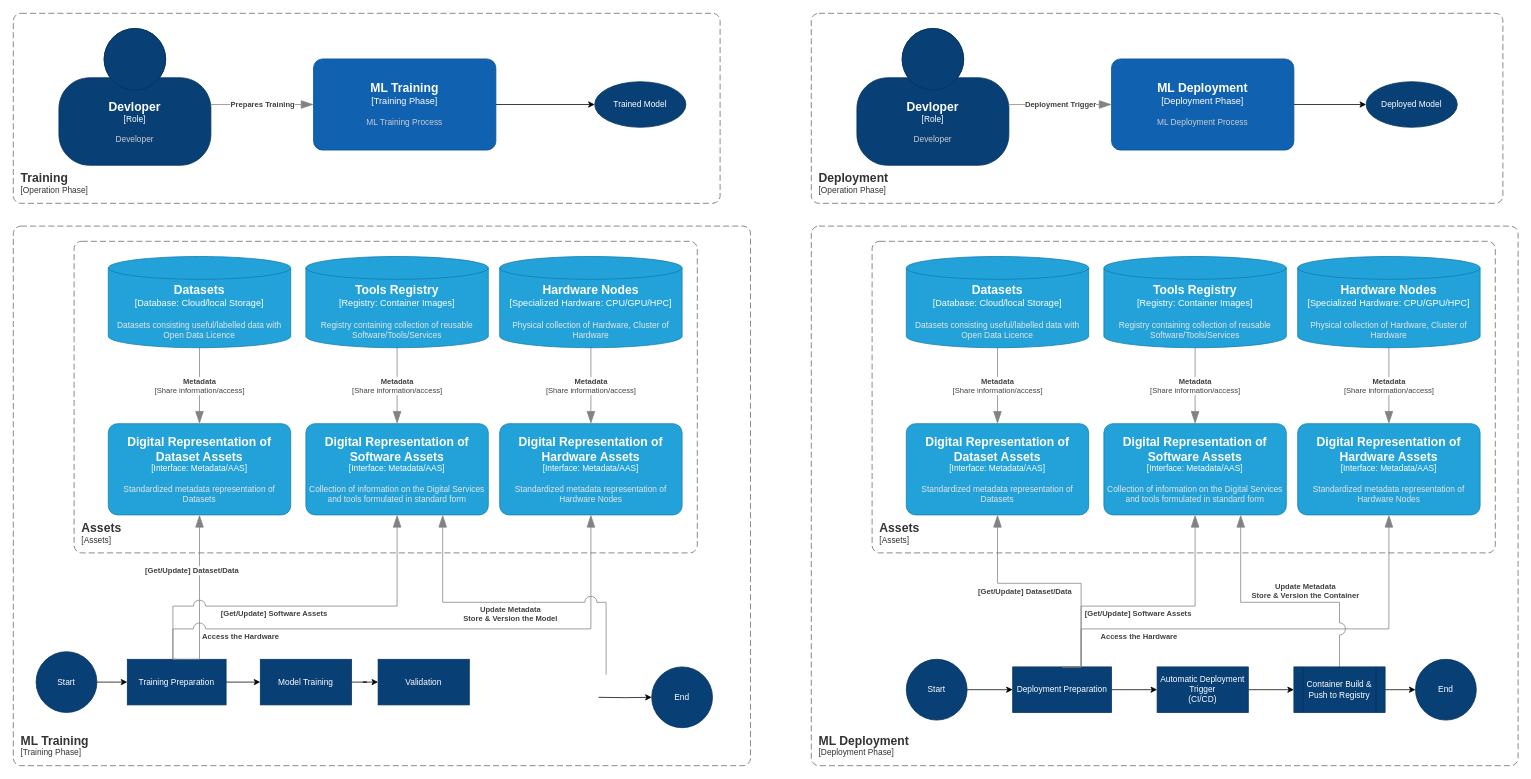
This is ML Workflow_v1.drawio from jbantony/drawio, a draw.io file, before an edit. Source tidied: cells renumbered, new cells numbered last; positions are measured from the earlier drawing's top-left corner, leaving out a move shared by most shapes. Both pictures are drawn from the tidied source at 76%, with x=0, y=0 at pixel (13, 13).
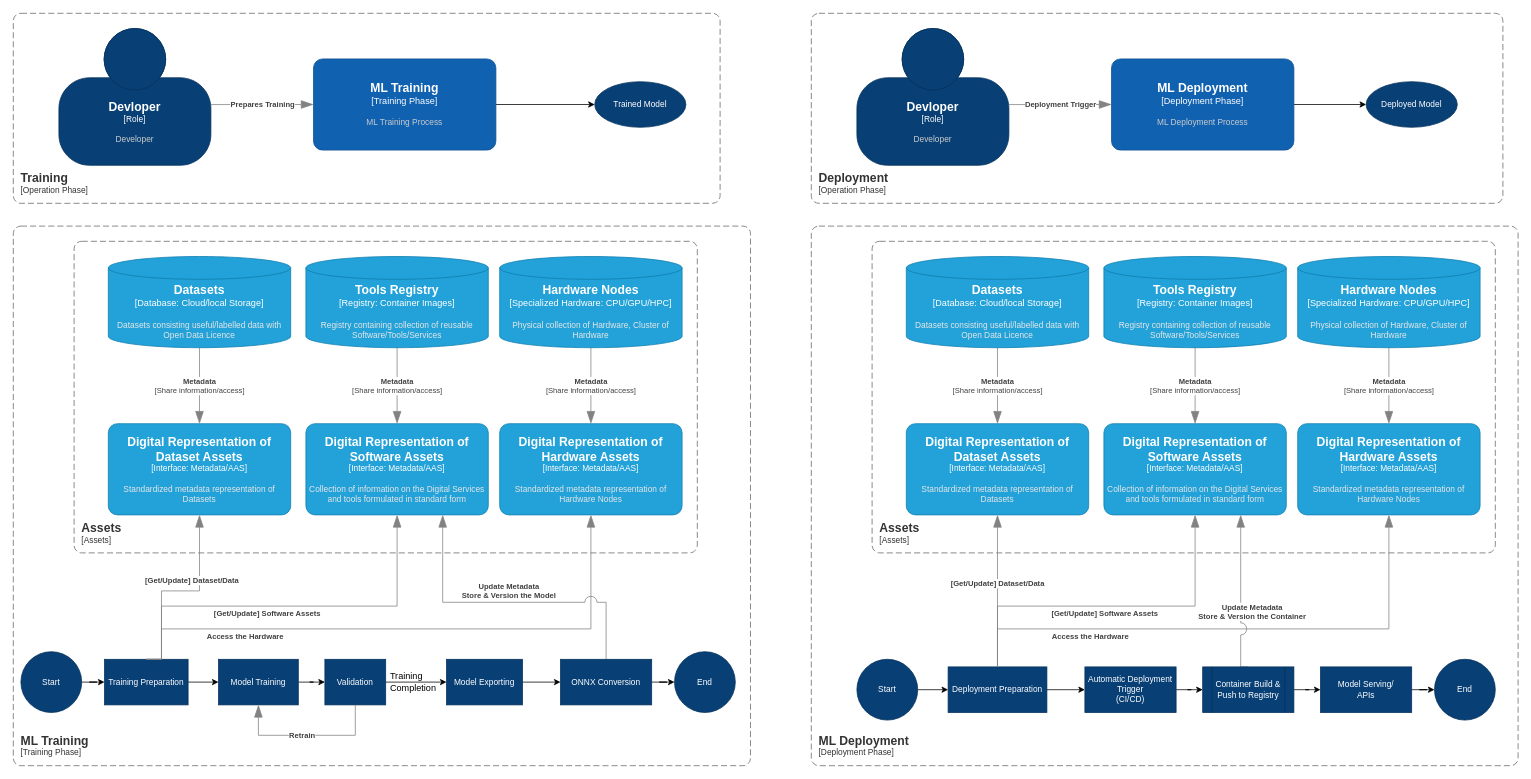
Above is the later version.

Unchanged cells that the change refers to:
```xml
<object id="3" label="&lt;font style=&quot;font-size: 16px&quot;&gt;&lt;b&gt;%c4Name%&lt;/b&gt;&lt;/font&gt;&lt;div&gt;[%c4Type%: %c4Technology%]&lt;/div&gt;&lt;br&gt;&lt;div&gt;&lt;font style=&quot;font-size: 11px&quot;&gt;&lt;font color=&quot;#E6E6E6&quot;&gt;%c4Description%&lt;/font&gt;&lt;/div&gt;" c4Description="Standardized metadata representation of Datasets" c4Name="Digital Representation of Dataset Assets" c4Technology="Metadata/AAS" c4Type="Interface" placeholders="1">
  <mxCell style="rounded=1;whiteSpace=wrap;html=1;fontSize=11;labelBackgroundColor=none;fillColor=#23A2D9;fontColor=#ffffff;align=center;arcSize=10;strokeColor=#0E7DAD;points=[[0.25,0,0],[0.5,0,0],[0.75,0,0],[1,0.25,0],[1,0.5,0],[1,0.75,0],[0.75,1,0],[0.5,1,0],[0.25,1,0],[0,0.75,0],[0,0.5,0],[0,0.25,0]];" parent="1" vertex="1">
    <mxGeometry x="125" y="540" width="240" height="120" as="geometry" />
  </mxCell>
</object>
<object id="5" label="&lt;font style=&quot;font-size: 16px&quot;&gt;&lt;b&gt;%c4Name%&lt;/b&gt;&lt;/font&gt;&lt;div&gt;[%c4Type%: %c4Technology%]&lt;/div&gt;&lt;br&gt;&lt;div&gt;&lt;font style=&quot;font-size: 11px&quot;&gt;&lt;font color=&quot;#E6E6E6&quot;&gt;%c4Description%&lt;/font&gt;&lt;/div&gt;" c4Description="Collection of information on the Digital Services and tools formulated in standard form" c4Name="Digital Representation of Software Assets" c4Technology="Metadata/AAS" c4Type="Interface" placeholders="1">
  <mxCell style="rounded=1;whiteSpace=wrap;html=1;fontSize=11;labelBackgroundColor=none;fillColor=#23A2D9;fontColor=#ffffff;align=center;arcSize=10;strokeColor=#0E7DAD;points=[[0.25,0,0],[0.5,0,0],[0.75,0,0],[1,0.25,0],[1,0.5,0],[1,0.75,0],[0.75,1,0],[0.5,1,0],[0.25,1,0],[0,0.75,0],[0,0.5,0],[0,0.25,0]];" parent="1" vertex="1">
    <mxGeometry x="385" y="540" width="240" height="120" as="geometry" />
  </mxCell>
</object>
<object id="7" label="&lt;font style=&quot;font-size: 16px&quot;&gt;&lt;b&gt;%c4Name%&lt;/b&gt;&lt;/font&gt;&lt;div&gt;[%c4Type%: %c4Technology%]&lt;/div&gt;&lt;br&gt;&lt;div&gt;&lt;font style=&quot;font-size: 11px&quot;&gt;&lt;font color=&quot;#E6E6E6&quot;&gt;%c4Description%&lt;/font&gt;&lt;/div&gt;" c4Description="Standardized metadata representation of Hardware Nodes" c4Name="Digital Representation of Hardware Assets" c4Technology="Metadata/AAS" c4Type="Interface" placeholders="1">
  <mxCell style="rounded=1;whiteSpace=wrap;html=1;fontSize=11;labelBackgroundColor=none;fillColor=#23A2D9;fontColor=#ffffff;align=center;arcSize=10;strokeColor=#0E7DAD;points=[[0.25,0,0],[0.5,0,0],[0.75,0,0],[1,0.25,0],[1,0.5,0],[1,0.75,0],[0.75,1,0],[0.5,1,0],[0.25,1,0],[0,0.75,0],[0,0.5,0],[0,0.25,0]];" parent="1" vertex="1">
    <mxGeometry x="640" y="540" width="240" height="120" as="geometry" />
  </mxCell>
</object>
<object id="36" label="&lt;font style=&quot;font-size: 16px&quot;&gt;&lt;b&gt;%c4Name%&lt;/b&gt;&lt;/font&gt;&lt;div&gt;[%c4Type%: %c4Technology%]&lt;/div&gt;&lt;br&gt;&lt;div&gt;&lt;font style=&quot;font-size: 11px&quot;&gt;&lt;font color=&quot;#E6E6E6&quot;&gt;%c4Description%&lt;/font&gt;&lt;/div&gt;" c4Description="Standardized metadata representation of Datasets" c4Name="Digital Representation of Dataset Assets" c4Technology="Metadata/AAS" c4Type="Interface" placeholders="1">
  <mxCell style="rounded=1;whiteSpace=wrap;html=1;fontSize=11;labelBackgroundColor=none;fillColor=#23A2D9;fontColor=#ffffff;align=center;arcSize=10;strokeColor=#0E7DAD;points=[[0.25,0,0],[0.5,0,0],[0.75,0,0],[1,0.25,0],[1,0.5,0],[1,0.75,0],[0.75,1,0],[0.5,1,0],[0.25,1,0],[0,0.75,0],[0,0.5,0],[0,0.25,0]];" parent="1" vertex="1">
    <mxGeometry x="1175" y="540" width="240" height="120" as="geometry" />
  </mxCell>
</object>
<object id="38" label="&lt;font style=&quot;font-size: 16px&quot;&gt;&lt;b&gt;%c4Name%&lt;/b&gt;&lt;/font&gt;&lt;div&gt;[%c4Type%: %c4Technology%]&lt;/div&gt;&lt;br&gt;&lt;div&gt;&lt;font style=&quot;font-size: 11px&quot;&gt;&lt;font color=&quot;#E6E6E6&quot;&gt;%c4Description%&lt;/font&gt;&lt;/div&gt;" c4Description="Collection of information on the Digital Services and tools formulated in standard form" c4Name="Digital Representation of Software Assets" c4Technology="Metadata/AAS" c4Type="Interface" placeholders="1">
  <mxCell style="rounded=1;whiteSpace=wrap;html=1;fontSize=11;labelBackgroundColor=none;fillColor=#23A2D9;fontColor=#ffffff;align=center;arcSize=10;strokeColor=#0E7DAD;points=[[0.25,0,0],[0.5,0,0],[0.75,0,0],[1,0.25,0],[1,0.5,0],[1,0.75,0],[0.75,1,0],[0.5,1,0],[0.25,1,0],[0,0.75,0],[0,0.5,0],[0,0.25,0]];" parent="1" vertex="1">
    <mxGeometry x="1435" y="540" width="240" height="120" as="geometry" />
  </mxCell>
</object>
<object id="40" label="&lt;font style=&quot;font-size: 16px&quot;&gt;&lt;b&gt;%c4Name%&lt;/b&gt;&lt;/font&gt;&lt;div&gt;[%c4Type%: %c4Technology%]&lt;/div&gt;&lt;br&gt;&lt;div&gt;&lt;font style=&quot;font-size: 11px&quot;&gt;&lt;font color=&quot;#E6E6E6&quot;&gt;%c4Description%&lt;/font&gt;&lt;/div&gt;" c4Description="Standardized metadata representation of Hardware Nodes" c4Name="Digital Representation of Hardware Assets" c4Technology="Metadata/AAS" c4Type="Interface" placeholders="1">
  <mxCell style="rounded=1;whiteSpace=wrap;html=1;fontSize=11;labelBackgroundColor=none;fillColor=#23A2D9;fontColor=#ffffff;align=center;arcSize=10;strokeColor=#0E7DAD;points=[[0.25,0,0],[0.5,0,0],[0.75,0,0],[1,0.25,0],[1,0.5,0],[1,0.75,0],[0.75,1,0],[0.5,1,0],[0.25,1,0],[0,0.75,0],[0,0.5,0],[0,0.25,0]];" parent="1" vertex="1">
    <mxGeometry x="1690" y="540" width="240" height="120" as="geometry" />
  </mxCell>
</object>
```

What changed in the source:
```diff
@@
     <mxCell id="11" value="Training Preparation" style="whiteSpace=wrap;html=1;fontSize=11;fillColor=#083F75;strokeColor=#06315C;fontColor=#ffffff;dashed=0;" parent="1" vertex="1">
-      <mxGeometry x="150" y="850" width="130" height="60" as="geometry" />
+      <mxGeometry x="120" y="850" width="110" height="60" as="geometry" />
     </mxCell>
     <object id="12" label="&lt;div style=&quot;text-align: left&quot;&gt;&lt;div style=&quot;text-align: center&quot;&gt;&lt;b&gt;%c4Description%&lt;/b&gt;&lt;/div&gt;" c4Description="[Get/Update] Dataset/Data" placeholders="1">
       <mxCell style="endArrow=blockThin;html=1;fontSize=10;fontColor=#404040;strokeWidth=1;endFill=1;strokeColor=#828282;elbow=vertical;endSize=14;startSize=14;jumpStyle=arc;jumpSize=16;rounded=0;edgeStyle=orthogonalEdgeStyle;entryX=0.5;entryY=1;entryDx=0;entryDy=0;entryPerimeter=0;exitX=0.5;exitY=0;exitDx=0;exitDy=0;" parent="1" edge="1" source="11" target="3">
         <mxGeometry x="0.34" y="10" relative="1" as="geometry">
           <Array as="points">
-            <mxPoint x="245" y="850" />
+            <mxPoint x="195" y="760" />
+            <mxPoint x="245" y="760" />
           </Array>
         </mxGeometry>
       </mxCell>
     </object>
@@
     <mxCell id="14" value="Model Training" style="whiteSpace=wrap;html=1;fontSize=11;fillColor=#083F75;strokeColor=#06315C;fontColor=#ffffff;dashed=0;" parent="1" vertex="1">
-      <mxGeometry x="325" y="850" width="120" height="60" as="geometry" />
+      <mxGeometry x="270" y="850" width="105" height="60" as="geometry" />
     </mxCell>
     <object id="15" label="&lt;div style=&quot;text-align: left&quot;&gt;&lt;div style=&quot;text-align: center&quot;&gt;&lt;b&gt;%c4Description%&lt;/b&gt;&lt;/div&gt;" c4Description="[Get/Update] Software Assets" placeholders="1">
       <mxCell style="endArrow=blockThin;html=1;fontSize=10;fontColor=#404040;strokeWidth=1;endFill=1;strokeColor=#828282;elbow=vertical;endSize=14;startSize=14;jumpStyle=arc;jumpSize=16;rounded=0;edgeStyle=orthogonalEdgeStyle;entryX=0.5;entryY=1;entryDx=0;entryDy=0;entryPerimeter=0;exitX=0.5;exitY=0;exitDx=0;exitDy=0;" parent="1" edge="1" source="11" target="5">
-        <mxGeometry x="-0.15" y="-10" relative="1" as="geometry">
+        <mxGeometry x="-0.12" y="-10" relative="1" as="geometry">
           <Array as="points">
-            <mxPoint x="210" y="850" />
-            <mxPoint x="210" y="780" />
+            <mxPoint x="195" y="780" />
             <mxPoint x="505" y="780" />
           </Array>
         </mxGeometry>
       </mxCell>
     </object>
     <object id="16" label="&lt;div style=&quot;text-align: left&quot;&gt;&lt;div style=&quot;text-align: center&quot;&gt;&lt;b&gt;%c4Description%&lt;/b&gt;&lt;/div&gt;" c4Description="Access the Hardware" placeholders="1">
       <mxCell style="endArrow=blockThin;html=1;fontSize=10;fontColor=#404040;strokeWidth=1;endFill=1;strokeColor=#828282;elbow=vertical;endSize=14;startSize=14;jumpStyle=arc;jumpSize=16;rounded=0;edgeStyle=orthogonalEdgeStyle;entryX=0.5;entryY=1;entryDx=0;entryDy=0;entryPerimeter=0;exitX=0.5;exitY=0;exitDx=0;exitDy=0;" parent="1" edge="1" source="11" target="7">
-        <mxGeometry x="-0.64" y="-10" relative="1" as="geometry">
+        <mxGeometry x="-0.56" y="-10" relative="1" as="geometry">
           <Array as="points">
-            <mxPoint x="210" y="850" />
-            <mxPoint x="210" y="810" />
+            <mxPoint x="195" y="810" />
             <mxPoint x="760" y="810" />
           </Array>
         </mxGeometry>
       </mxCell>
     </object>
-    <mxCell id="17" style="edgeStyle=orthogonalEdgeStyle;rounded=0;jettySize=auto;html=1;" parent="1" edge="1" target="58">
-      <mxGeometry relative="1" as="geometry">
-        <mxPoint x="770" y="900" as="sourcePoint" />
-      </mxGeometry>
-    </mxCell>
     <object id="18" label="&lt;div style=&quot;text-align: left&quot;&gt;&lt;div style=&quot;text-align: center&quot;&gt;&lt;b&gt;%c4Description%&lt;/b&gt;&lt;/div&gt;" c4Description="Update Metadata&#10;Store &amp; Version the Model" placeholders="1">
-      <mxCell style="endArrow=blockThin;html=1;fontSize=10;fontColor=#404040;strokeWidth=1;endFill=1;strokeColor=#828282;elbow=vertical;endSize=14;startSize=14;jumpStyle=arc;jumpSize=16;rounded=0;edgeStyle=orthogonalEdgeStyle;entryX=0.75;entryY=1;entryDx=0;entryDy=0;entryPerimeter=0;" parent="1" edge="1" target="5">
-        <mxGeometry x="0.04" y="15" relative="1" as="geometry">
-          <mxPoint x="780" y="870" as="sourcePoint" />
+      <mxCell style="endArrow=blockThin;html=1;fontSize=10;fontColor=#404040;strokeWidth=1;endFill=1;strokeColor=#828282;elbow=vertical;endSize=14;startSize=14;jumpStyle=arc;jumpSize=16;rounded=0;edgeStyle=orthogonalEdgeStyle;entryX=0.75;entryY=1;entryDx=0;entryDy=0;entryPerimeter=0;exitX=0.5;exitY=0;exitDx=0;exitDy=0;" parent="1" edge="1" source="66" target="5">
+        <mxGeometry y="-15" relative="1" as="geometry">
           <Array as="points">
             <mxPoint x="780" y="775" />
             <mxPoint x="565" y="775" />
           </Array>
         </mxGeometry>
       </mxCell>
     </object>
@@
     <mxCell id="44" value="Deployment Preparation" style="whiteSpace=wrap;html=1;fontSize=11;fillColor=#083F75;strokeColor=#06315C;fontColor=#ffffff;dashed=0;" parent="1" vertex="1">
-      <mxGeometry x="1315" y="860" width="130" height="60" as="geometry" />
+      <mxGeometry x="1230" y="860" width="130" height="60" as="geometry" />
     </mxCell>
     <object id="45" label="&lt;div style=&quot;text-align: left&quot;&gt;&lt;div style=&quot;text-align: center&quot;&gt;&lt;b&gt;%c4Description%&lt;/b&gt;&lt;/div&gt;" c4Description="[Get/Update] Dataset/Data" placeholders="1">
       <mxCell style="endArrow=blockThin;html=1;fontSize=10;fontColor=#404040;strokeWidth=1;endFill=1;strokeColor=#828282;elbow=vertical;endSize=14;startSize=14;jumpStyle=arc;jumpSize=16;rounded=0;edgeStyle=orthogonalEdgeStyle;entryX=0.5;entryY=1;entryDx=0;entryDy=0;entryPerimeter=0;exitX=0.5;exitY=0;exitDx=0;exitDy=0;" parent="1" edge="1" source="44" target="36">
-        <mxGeometry x="0.25" y="10" relative="1" as="geometry">
+        <mxGeometry x="0.1" relative="1" as="geometry">
           <Array as="points">
-            <mxPoint x="1405" y="750" />
-            <mxPoint x="1295" y="750" />
+            <mxPoint x="1295" y="800" />
+            <mxPoint x="1295" y="800" />
           </Array>
         </mxGeometry>
       </mxCell>
     </object>
     <object id="46" label="&lt;div style=&quot;text-align: left&quot;&gt;&lt;div style=&quot;text-align: center&quot;&gt;&lt;b&gt;%c4Description%&lt;/b&gt;&lt;/div&gt;" c4Description="[Get/Update] Software Assets" placeholders="1">
       <mxCell style="endArrow=blockThin;html=1;fontSize=10;fontColor=#404040;strokeWidth=1;endFill=1;strokeColor=#828282;elbow=vertical;endSize=14;startSize=14;jumpStyle=arc;jumpSize=16;rounded=0;edgeStyle=orthogonalEdgeStyle;entryX=0.5;entryY=1;entryDx=0;entryDy=0;entryPerimeter=0;exitX=0.5;exitY=0;exitDx=0;exitDy=0;" parent="1" edge="1" source="44" target="38">
         <mxGeometry x="-0.04" y="-10" relative="1" as="geometry">
           <Array as="points">
-            <mxPoint x="1405" y="780" />
+            <mxPoint x="1295" y="780" />
             <mxPoint x="1555" y="780" />
           </Array>
         </mxGeometry>
       </mxCell>
     </object>
     <object id="47" label="&lt;div style=&quot;text-align: left&quot;&gt;&lt;div style=&quot;text-align: center&quot;&gt;&lt;b&gt;%c4Description%&lt;/b&gt;&lt;/div&gt;" c4Description="Access the Hardware" placeholders="1">
       <mxCell style="endArrow=blockThin;html=1;fontSize=10;fontColor=#404040;strokeWidth=1;endFill=1;strokeColor=#828282;elbow=vertical;endSize=14;startSize=14;jumpStyle=arc;jumpSize=16;rounded=0;edgeStyle=orthogonalEdgeStyle;entryX=0.5;entryY=1;entryDx=0;entryDy=0;entryPerimeter=0;exitX=0.5;exitY=0;exitDx=0;exitDy=0;" parent="1" edge="1" source="44" target="40">
         <mxGeometry x="-0.52" y="-10" relative="1" as="geometry">
           <Array as="points">
-            <mxPoint x="1405" y="810" />
+            <mxPoint x="1295" y="810" />
             <mxPoint x="1810" y="810" />
           </Array>
         </mxGeometry>
       </mxCell>
     </object>
     <object id="48" label="&lt;div style=&quot;text-align: left&quot;&gt;&lt;div style=&quot;text-align: center&quot;&gt;&lt;b&gt;%c4Description%&lt;/b&gt;&lt;/div&gt;" c4Description="Update Metadata &#10;Store &amp; Version the Container" placeholders="1">
       <mxCell style="endArrow=blockThin;html=1;fontSize=10;fontColor=#404040;strokeWidth=1;endFill=1;strokeColor=#828282;elbow=vertical;endSize=14;startSize=14;jumpStyle=arc;jumpSize=16;rounded=0;edgeStyle=orthogonalEdgeStyle;entryX=0.75;entryY=1;entryDx=0;entryDy=0;entryPerimeter=0;exitX=0.5;exitY=0;exitDx=0;exitDy=0;" parent="1" edge="1" source="56" target="38">
         <mxGeometry x="-0.21" y="-15" relative="1" as="geometry">
           <Array as="points">
-            <mxPoint x="1745" y="775" />
-            <mxPoint x="1615" y="775" />
+            <mxPoint x="1615" y="860" />
           </Array>
         </mxGeometry>
       </mxCell>
     </object>
@@
     <mxCell id="54" value="Automatic Deployment Trigger&lt;br&gt;(CI/CD)" style="whiteSpace=wrap;html=1;fontSize=11;fillColor=#083F75;strokeColor=#06315C;fontColor=#ffffff;dashed=0;" parent="1" vertex="1">
-      <mxGeometry x="1505" y="860" width="120" height="60" as="geometry" />
+      <mxGeometry x="1410" y="860" width="120" height="60" as="geometry" />
     </mxCell>
-    <mxCell id="55" style="edgeStyle=orthogonalEdgeStyle;rounded=0;jettySize=auto;html=1;" parent="1" edge="1" source="56" target="57">
-      <mxGeometry relative="1" as="geometry" />
-    </mxCell>
+    <mxCell id="62" style="edgeStyle=orthogonalEdgeStyle;rounded=0;jettySize=auto;html=1;" parent="1" edge="1" source="56" target="71">
+      <mxGeometry relative="1" as="geometry" />
+    </mxCell>
     <mxCell id="56" value="Container Build &amp;amp; Push to Registry" style="shape=process;whiteSpace=wrap;html=1;backgroundOutline=1;fontSize=11;fillColor=#083F75;strokeColor=#06315C;fontColor=#ffffff;dashed=0;" parent="1" vertex="1">
-      <mxGeometry x="1685" y="860" width="120" height="60" as="geometry" />
+      <mxGeometry x="1565" y="860" width="120" height="60" as="geometry" />
     </mxCell>
     <mxCell id="57" value="End" style="ellipse;whiteSpace=wrap;html=1;fontSize=11;fillColor=#083F75;strokeColor=#06315C;fontColor=#ffffff;dashed=0;" parent="1" vertex="1">
-      <mxGeometry x="1845" y="850" width="80" height="80" as="geometry" />
+      <mxGeometry x="1870" y="850" width="80" height="80" as="geometry" />
     </mxCell>
     <mxCell id="58" value="End" style="ellipse;whiteSpace=wrap;html=1;fontSize=11;fillColor=#083F75;strokeColor=#06315C;fontColor=#ffffff;dashed=0;" parent="1" vertex="1">
-      <mxGeometry x="840" y="860" width="80" height="80" as="geometry" />
+      <mxGeometry x="870" y="840" width="80" height="80" as="geometry" />
     </mxCell>
+    <mxCell id="63" style="edgeStyle=orthogonalEdgeStyle;rounded=0;jettySize=auto;html=1;" parent="1" edge="1" source="59" target="69">
+      <mxGeometry relative="1" as="geometry" />
+    </mxCell>
     <mxCell id="59" value="Validation" style="whiteSpace=wrap;html=1;fontSize=11;fillColor=#083F75;strokeColor=#06315C;fontColor=#ffffff;dashed=0;" parent="1" vertex="1">
-      <mxGeometry x="480" y="850" width="120" height="60" as="geometry" />
+      <mxGeometry x="410" y="850" width="80" height="60" as="geometry" />
     </mxCell>
     <mxCell id="60" value="Start" style="ellipse;whiteSpace=wrap;html=1;fontSize=11;fillColor=#083F75;strokeColor=#06315C;fontColor=#ffffff;dashed=0;" parent="1" vertex="1">
-      <mxGeometry x="30" y="840" width="80" height="80" as="geometry" />
+      <mxGeometry x="10" y="840" width="80" height="80" as="geometry" />
     </mxCell>
     <mxCell id="61" value="Start" style="ellipse;whiteSpace=wrap;html=1;fontSize=11;fillColor=#083F75;strokeColor=#06315C;fontColor=#ffffff;dashed=0;" parent="1" vertex="1">
-      <mxGeometry x="1175" y="850" width="80" height="80" as="geometry" />
+      <mxGeometry x="1110" y="850" width="80" height="80" as="geometry" />
     </mxCell>
+    <object id="64" label="&lt;div style=&quot;text-align: left&quot;&gt;&lt;div style=&quot;text-align: center&quot;&gt;&lt;b&gt;%c4Description%&lt;/b&gt;&lt;/div&gt;" c4Description="Retrain" placeholders="1">
+      <mxCell style="endArrow=blockThin;html=1;fontSize=10;fontColor=#404040;strokeWidth=1;endFill=1;strokeColor=#828282;elbow=vertical;endSize=14;startSize=14;jumpStyle=arc;jumpSize=16;rounded=0;edgeStyle=orthogonalEdgeStyle;exitX=0.5;exitY=1;exitDx=0;exitDy=0;entryX=0.5;entryY=1;entryDx=0;entryDy=0;" parent="1" edge="1" source="59" target="14">
+        <mxGeometry x="0.06" relative="1" as="geometry">
+          <Array as="points">
+            <mxPoint x="440" y="950" />
+            <mxPoint x="313" y="950" />
+          </Array>
+        </mxGeometry>
+      </mxCell>
+    </object>
+    <mxCell id="65" style="edgeStyle=orthogonalEdgeStyle;rounded=0;jettySize=auto;html=1;" parent="1" edge="1" source="66" target="58">
+      <mxGeometry relative="1" as="geometry" />
+    </mxCell>
+    <mxCell id="66" value="ONNX Conversion" style="whiteSpace=wrap;html=1;fontSize=11;fillColor=#083F75;strokeColor=#06315C;fontColor=#ffffff;dashed=0;" parent="1" vertex="1">
+      <mxGeometry x="720" y="850" width="120" height="60" as="geometry" />
+    </mxCell>
+    <mxCell id="67" value="Training Completion" style="text;strokeColor=none;fillColor=none;align=left;verticalAlign=middle;spacingLeft=4;spacingRight=4;overflow=hidden;whiteSpace=wrap;html=1;" parent="1" vertex="1">
+      <mxGeometry x="490" y="855" width="80" height="50" as="geometry" />
+    </mxCell>
+    <mxCell id="68" style="edgeStyle=orthogonalEdgeStyle;rounded=0;jettySize=auto;html=1;" parent="1" edge="1" source="69" target="66">
+      <mxGeometry relative="1" as="geometry" />
+    </mxCell>
+    <mxCell id="69" value="Model Exporting" style="whiteSpace=wrap;html=1;fontSize=11;fillColor=#083F75;strokeColor=#06315C;fontColor=#ffffff;dashed=0;" parent="1" vertex="1">
+      <mxGeometry x="570" y="850" width="100" height="60" as="geometry" />
+    </mxCell>
+    <mxCell id="70" style="edgeStyle=orthogonalEdgeStyle;rounded=0;jettySize=auto;html=1;" parent="1" edge="1" source="71" target="57">
+      <mxGeometry relative="1" as="geometry" />
+    </mxCell>
+    <mxCell id="71" value="Model Serving/&lt;br&gt;APIs" style="whiteSpace=wrap;html=1;fontSize=11;fillColor=#083F75;strokeColor=#06315C;fontColor=#ffffff;dashed=0;" parent="1" vertex="1">
+      <mxGeometry x="1720" y="860" width="120" height="60" as="geometry" />
+    </mxCell>
```
